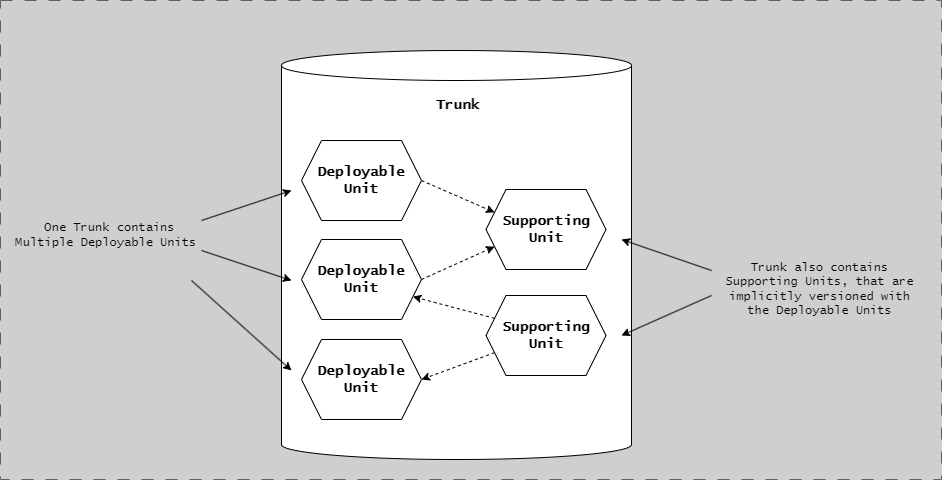
ready-to-release/eac keeps this draw.io diagram as docs/assets/repository/single.drawio.png. Above is the earlier version. Source tidied: cells renumbered, new cells last; positions are measured from the earlier drawing's top-left corner, leaving out a move shared by most shapes.
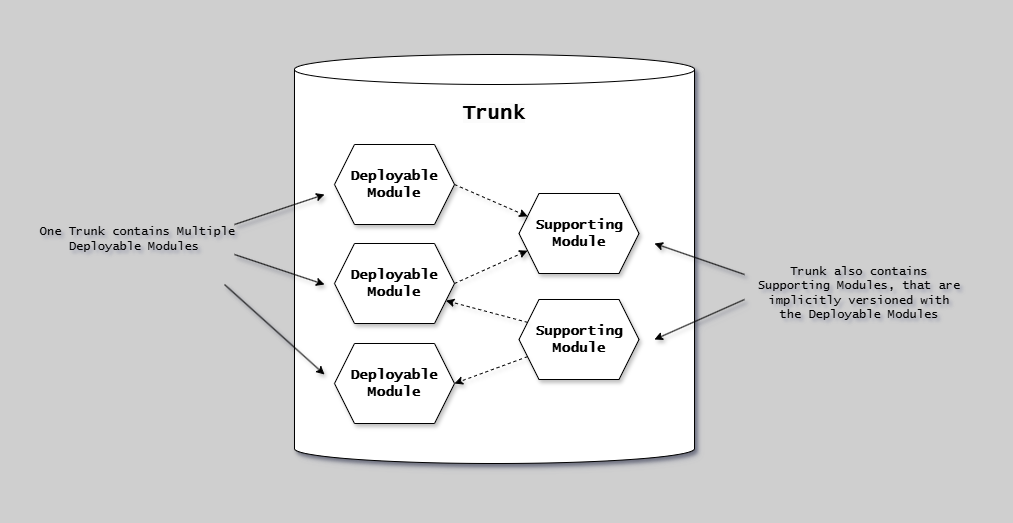
After the commit.

What changed in the source:
```diff
@@ -1,79 +1,79 @@
-<mxGraphModel background="#CFCFCF">
+<mxGraphModel background="#CFCFCF" shadow="1">
   <root>
     <mxCell id="0" />
     <mxCell id="1" parent="0" />
-    <mxCell id="2" style="shape=cylinder3;whiteSpace=wrap;html=1;boundedLbl=1;backgroundOutline=1;size=15;fontFamily=Lucida Console;fontStyle=1;fontSize=14;" parent="1" vertex="1">
-      <mxGeometry x="281" y="50" width="350" height="409" as="geometry" />
+    <mxCell id="2" style="shape=cylinder3;whiteSpace=wrap;html=1;boundedLbl=1;backgroundOutline=1;size=15;fontFamily=Lucida Console;fontStyle=1;fontSize=14;shadow=1;" parent="1" vertex="1">
+      <mxGeometry x="261" y="50" width="400" height="409" as="geometry" />
     </mxCell>
-    <mxCell id="3" value="Deployable&lt;br style=&quot;border-color: var(--border-color);&quot;&gt;Unit" style="shape=hexagon;perimeter=hexagonPerimeter2;whiteSpace=wrap;html=1;fixedSize=1;fontFamily=Lucida Console;fontStyle=1;fontSize=14;" parent="1" vertex="1">
+    <mxCell id="3" value="Deployable&lt;br style=&quot;border-color: var(--border-color);&quot;&gt;Module" style="shape=hexagon;perimeter=hexagonPerimeter2;whiteSpace=wrap;html=1;fixedSize=1;fontFamily=Lucida Console;fontStyle=1;fontSize=14;shadow=1;" parent="1" vertex="1">
       <mxGeometry x="301" y="140" width="120" height="80" as="geometry" />
     </mxCell>
-    <mxCell id="4" style="group;strokeColor=#616161;dashed=1;dashPattern=12 12;fontFamily=Lucida Console;fontStyle=1;" parent="1" vertex="1">
-      <mxGeometry width="941" height="479" as="geometry" />
+    <mxCell id="4" style="group;strokeColor=none;dashed=1;dashPattern=12 12;fontFamily=Lucida Console;fontStyle=1;shadow=1;" parent="1" vertex="1">
+      <mxGeometry x="-29" width="990" height="500" as="geometry" />
     </mxCell>
-    <mxCell id="5" value="&lt;span style=&quot;color: rgb(0, 0, 0); font-family: &amp;quot;Lucida Console&amp;quot;; font-size: 14px; font-style: normal; font-variant-ligatures: normal; font-variant-caps: normal; font-weight: 700; letter-spacing: normal; orphans: 2; text-align: center; text-indent: 0px; text-transform: none; widows: 2; word-spacing: 0px; -webkit-text-stroke-width: 0px; background-color: rgb(251, 251, 251); text-decoration-thickness: initial; text-decoration-style: initial; text-decoration-color: initial; float: none; display: inline !important;&quot;&gt;Trunk&lt;/span&gt;" style="text;whiteSpace=wrap;html=1;" parent="1" vertex="1">
-      <mxGeometry x="433.5" y="90" width="45" height="40" as="geometry" />
+    <mxCell id="5" value="&lt;font color=&quot;#000000&quot; face=&quot;Lucida Console&quot;&gt;&lt;span style=&quot;font-size: 20px; background-color: rgb(251, 251, 251);&quot;&gt;&lt;b&gt;Trunk&lt;/b&gt;&lt;/span&gt;&lt;/font&gt;" style="text;whiteSpace=wrap;html=1;shadow=1;align=center;" parent="1" vertex="1">
+      <mxGeometry x="411" y="90" width="100" height="40" as="geometry" />
     </mxCell>
-    <mxCell id="6" style="endArrow=classic;html=1;rounded=0;" parent="1" edge="1">
+    <mxCell id="6" style="endArrow=classic;html=1;rounded=0;shadow=1;" parent="1" edge="1">
       <mxGeometry relative="1" as="geometry">
         <mxPoint x="201" y="220" as="sourcePoint" />
         <mxPoint x="291" y="190" as="targetPoint" />
       </mxGeometry>
     </mxCell>
-    <mxCell id="7" value="One Trunk contains Multiple Deployable Units&amp;nbsp;" style="text;html=1;strokeColor=none;fillColor=none;align=center;verticalAlign=middle;whiteSpace=wrap;rounded=0;fontFamily=Lucida Console;" parent="1" vertex="1">
-      <mxGeometry x="11" y="220" width="197" height="30" as="geometry" />
+    <mxCell id="7" value="One Trunk contains Multiple Deployable Modules&amp;nbsp;" style="text;html=1;strokeColor=none;fillColor=none;align=center;verticalAlign=middle;whiteSpace=wrap;rounded=0;fontFamily=Lucida Console;shadow=1;" parent="1" vertex="1">
+      <mxGeometry x="1" y="220" width="207" height="30" as="geometry" />
     </mxCell>
-    <mxCell id="8" value="Deployable&lt;br style=&quot;border-color: var(--border-color);&quot;&gt;Unit" style="shape=hexagon;perimeter=hexagonPerimeter2;whiteSpace=wrap;html=1;fixedSize=1;fontFamily=Lucida Console;fontStyle=1;fontSize=14;" parent="1" vertex="1">
+    <mxCell id="8" value="Deployable&lt;br style=&quot;border-color: var(--border-color);&quot;&gt;Module" style="shape=hexagon;perimeter=hexagonPerimeter2;whiteSpace=wrap;html=1;fixedSize=1;fontFamily=Lucida Console;fontStyle=1;fontSize=14;shadow=1;" parent="1" vertex="1">
       <mxGeometry x="301" y="239" width="120" height="80" as="geometry" />
     </mxCell>
-    <mxCell id="9" style="endArrow=classic;html=1;rounded=0;" parent="1" edge="1">
+    <mxCell id="9" style="endArrow=classic;html=1;rounded=0;shadow=1;" parent="1" edge="1">
       <mxGeometry relative="1" as="geometry">
         <mxPoint x="201" y="250" as="sourcePoint" />
         <mxPoint x="291" y="280" as="targetPoint" />
       </mxGeometry>
     </mxCell>
-    <mxCell id="10" value="Deployable&lt;br style=&quot;border-color: var(--border-color);&quot;&gt;Unit" style="shape=hexagon;perimeter=hexagonPerimeter2;whiteSpace=wrap;html=1;fixedSize=1;fontFamily=Lucida Console;fontStyle=1;fontSize=14;" parent="1" vertex="1">
+    <mxCell id="10" value="Deployable&lt;br style=&quot;border-color: var(--border-color);&quot;&gt;Module" style="shape=hexagon;perimeter=hexagonPerimeter2;whiteSpace=wrap;html=1;fixedSize=1;fontFamily=Lucida Console;fontStyle=1;fontSize=14;shadow=1;" parent="1" vertex="1">
       <mxGeometry x="301" y="339" width="120" height="80" as="geometry" />
     </mxCell>
-    <mxCell id="11" style="endArrow=classic;html=1;rounded=0;" parent="1" edge="1">
+    <mxCell id="11" style="endArrow=classic;html=1;rounded=0;shadow=1;" parent="1" edge="1">
       <mxGeometry relative="1" as="geometry">
         <mxPoint x="191" y="280" as="sourcePoint" />
         <mxPoint x="291" y="370" as="targetPoint" />
       </mxGeometry>
     </mxCell>
-    <mxCell id="12" value="Supporting&lt;br style=&quot;border-color: var(--border-color);&quot;&gt;Unit" style="shape=hexagon;perimeter=hexagonPerimeter2;whiteSpace=wrap;html=1;fixedSize=1;fontFamily=Lucida Console;fontStyle=1;fontSize=14;" parent="1" vertex="1">
+    <mxCell id="12" value="Supporting&lt;br style=&quot;border-color: var(--border-color);&quot;&gt;Module" style="shape=hexagon;perimeter=hexagonPerimeter2;whiteSpace=wrap;html=1;fixedSize=1;fontFamily=Lucida Console;fontStyle=1;fontSize=14;shadow=1;" parent="1" vertex="1">
       <mxGeometry x="485.5" y="189" width="120" height="80" as="geometry" />
     </mxCell>
-    <mxCell id="13" value="Supporting&lt;br style=&quot;border-color: var(--border-color);&quot;&gt;Unit" style="shape=hexagon;perimeter=hexagonPerimeter2;whiteSpace=wrap;html=1;fixedSize=1;fontFamily=Lucida Console;fontStyle=1;fontSize=14;" parent="1" vertex="1">
+    <mxCell id="13" value="Supporting&lt;br style=&quot;border-color: var(--border-color);&quot;&gt;Module" style="shape=hexagon;perimeter=hexagonPerimeter2;whiteSpace=wrap;html=1;fixedSize=1;fontFamily=Lucida Console;fontStyle=1;fontSize=14;shadow=1;" parent="1" vertex="1">
       <mxGeometry x="485.5" y="295" width="120" height="80" as="geometry" />
     </mxCell>
-    <mxCell id="14" style="endArrow=classic;html=1;rounded=0;" parent="1" edge="1">
+    <mxCell id="14" style="endArrow=classic;html=1;rounded=0;shadow=1;" parent="1" edge="1">
       <mxGeometry relative="1" as="geometry">
         <mxPoint x="711" y="270" as="sourcePoint" />
         <mxPoint x="621" y="239" as="targetPoint" />
       </mxGeometry>
     </mxCell>
-    <mxCell id="15" style="endArrow=classic;html=1;rounded=0;" parent="1" edge="1">
+    <mxCell id="15" style="endArrow=classic;html=1;rounded=0;shadow=1;" parent="1" edge="1">
       <mxGeometry relative="1" as="geometry">
         <mxPoint x="711" y="295" as="sourcePoint" />
         <mxPoint x="621" y="335" as="targetPoint" />
       </mxGeometry>
     </mxCell>
-    <mxCell id="16" value="Trunk also contains Supporting Units, that are implicitly versioned with the Deployable Units" style="text;html=1;strokeColor=none;fillColor=none;align=center;verticalAlign=middle;whiteSpace=wrap;rounded=0;fontFamily=Lucida Console;" parent="1" vertex="1">
-      <mxGeometry x="721" y="264" width="197" height="50" as="geometry" />
+    <mxCell id="16" value="Trunk also contains Supporting Modules, that are implicitly versioned with the Deployable Modules" style="text;html=1;strokeColor=none;fillColor=none;align=center;verticalAlign=middle;whiteSpace=wrap;rounded=0;fontFamily=Lucida Console;shadow=1;" parent="1" vertex="1">
+      <mxGeometry x="721" y="264" width="210" height="50" as="geometry" />
     </mxCell>
-    <mxCell id="17" style="endArrow=classic;html=1;rounded=0;entryX=0;entryY=0.25;entryDx=0;entryDy=0;dashed=1;" parent="1" edge="1" target="12">
+    <mxCell id="17" style="endArrow=classic;html=1;rounded=0;entryX=0;entryY=0.25;entryDx=0;entryDy=0;dashed=1;shadow=1;" parent="1" edge="1" target="12">
       <mxGeometry relative="1" as="geometry">
         <mxPoint x="421" y="180" as="sourcePoint" />
       </mxGeometry>
     </mxCell>
-    <mxCell id="18" style="endArrow=classic;html=1;rounded=0;entryX=0;entryY=0.75;entryDx=0;entryDy=0;exitX=1;exitY=0.5;exitDx=0;exitDy=0;dashed=1;" parent="1" edge="1" source="8" target="12">
+    <mxCell id="18" style="endArrow=classic;html=1;rounded=0;entryX=0;entryY=0.75;entryDx=0;entryDy=0;exitX=1;exitY=0.5;exitDx=0;exitDy=0;dashed=1;shadow=1;" parent="1" edge="1" source="8" target="12">
       <mxGeometry relative="1" as="geometry" />
     </mxCell>
-    <mxCell id="19" style="endArrow=classic;html=1;rounded=0;entryX=1;entryY=0.5;entryDx=0;entryDy=0;exitX=0;exitY=0.75;exitDx=0;exitDy=0;dashed=1;" parent="1" edge="1" source="13" target="10">
+    <mxCell id="19" style="endArrow=classic;html=1;rounded=0;entryX=1;entryY=0.5;entryDx=0;entryDy=0;exitX=0;exitY=0.75;exitDx=0;exitDy=0;dashed=1;shadow=1;" parent="1" edge="1" source="13" target="10">
       <mxGeometry relative="1" as="geometry" />
     </mxCell>
-    <mxCell id="20" style="endArrow=classic;html=1;rounded=0;entryX=1;entryY=0.75;entryDx=0;entryDy=0;exitX=0;exitY=0.25;exitDx=0;exitDy=0;dashed=1;" parent="1" edge="1" source="13" target="8">
+    <mxCell id="20" style="endArrow=classic;html=1;rounded=0;entryX=1;entryY=0.75;entryDx=0;entryDy=0;exitX=0;exitY=0.25;exitDx=0;exitDy=0;dashed=1;shadow=1;" parent="1" edge="1" source="13" target="8">
       <mxGeometry relative="1" as="geometry" />
     </mxCell>
   </root>
```
